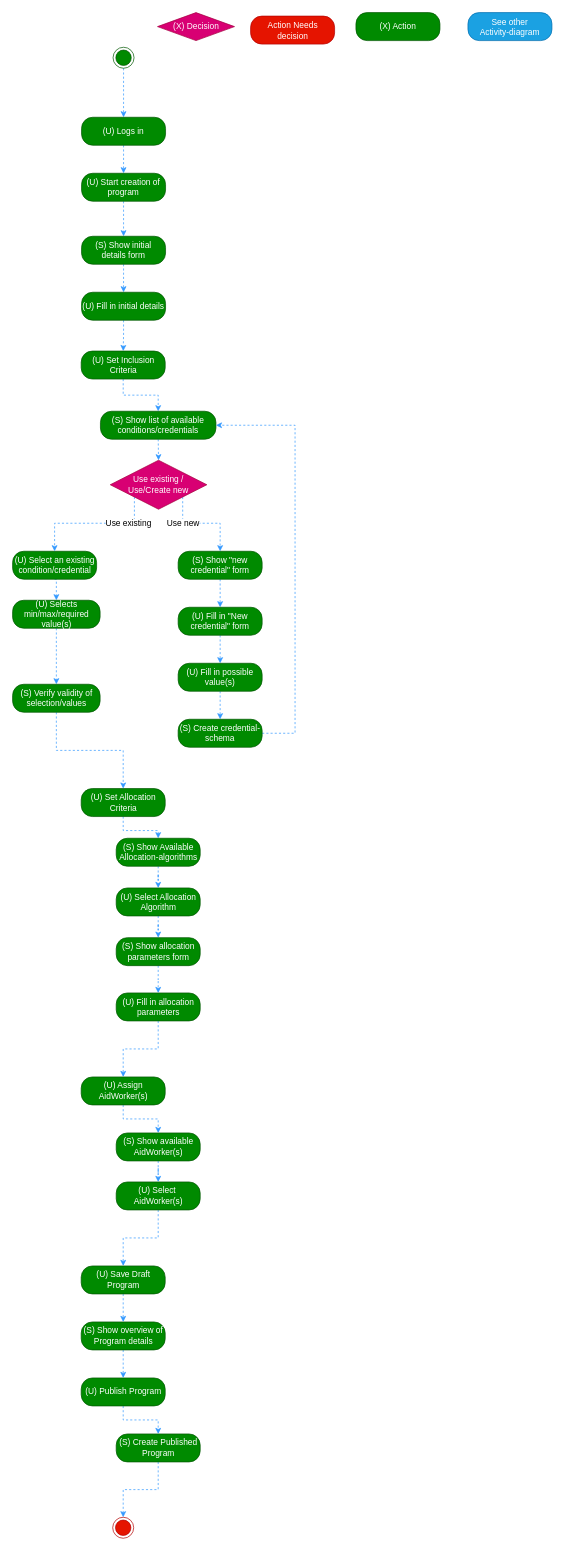
Before: Activity Diagrams/Publish a program activity.drawio in nsward/diagrams, a draw.io diagram. Source tidied: cells renumbered, new cells numbered last; positions are measured from the earlier drawing's top-left corner, leaving out a move shared by most shapes. Both pictures are drawn from the tidied source at 70%, with x=0, y=0 at pixel (12, 12).
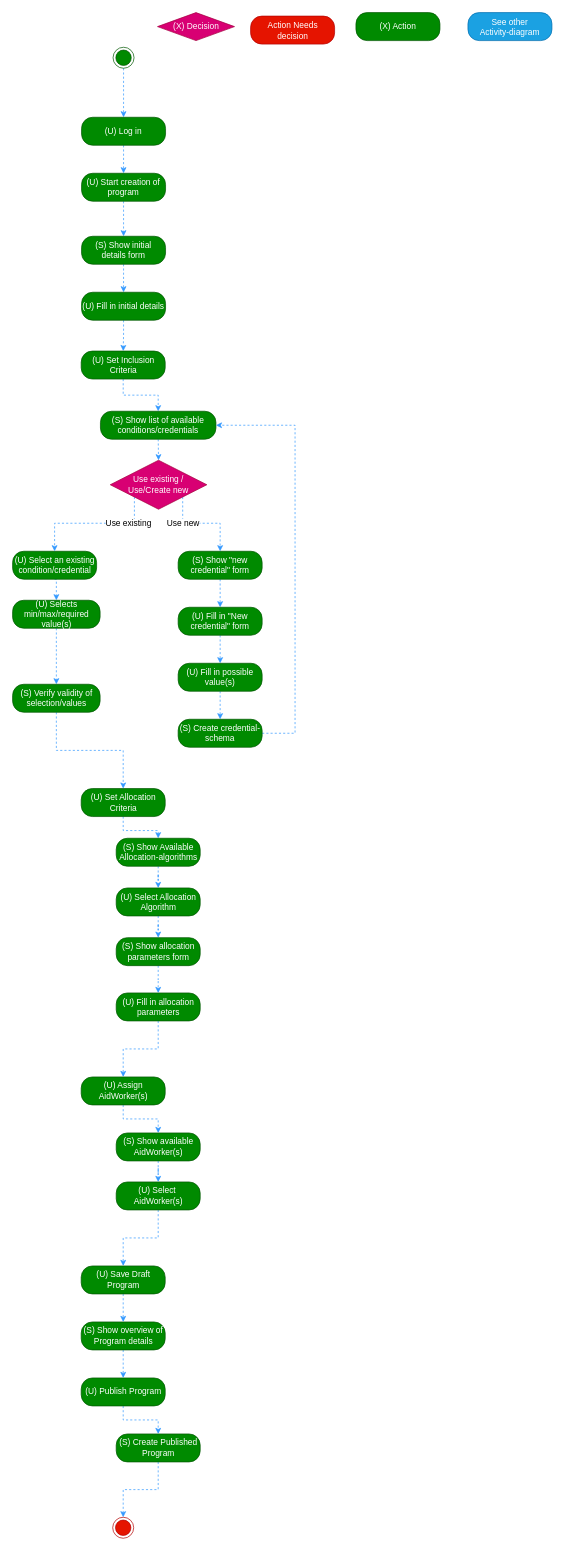
The same page after the edit.

Diff of the diagram source:
```diff
@@
-    <mxCell id="5" value="(U) Logs in&lt;br&gt;" style="rounded=1;whiteSpace=wrap;html=1;arcSize=40;fillColor=#008a00;strokeColor=#005700;fontColor=#ffffff;" parent="1" vertex="1">
+    <mxCell id="5" value="(U) Log in" style="rounded=1;whiteSpace=wrap;html=1;arcSize=40;fillColor=#008a00;strokeColor=#005700;fontColor=#ffffff;" parent="1" vertex="1">
       <mxGeometry x="99" y="150" width="120" height="40" as="geometry" />
     </mxCell>
```
